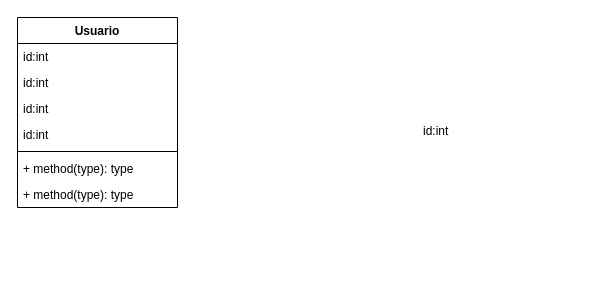
Before: src/components/pages/Diagrama sem nome.drawio in joaopedro-wq/VitalityPLus, a draw.io diagram. Source tidied: cells renumbered, new cells numbered last; positions are measured from the earlier drawing's top-left corner, leaving out a move shared by most shapes. Both pictures are drawn from the tidied source at 100%, with x=0, y=0 at pixel (17, 17).
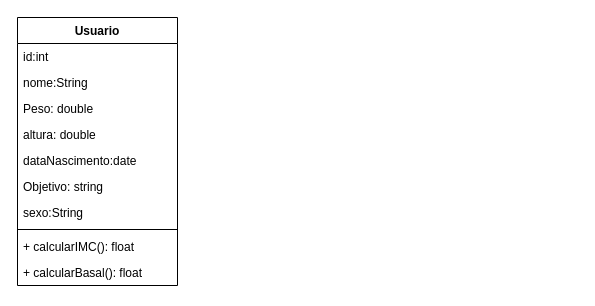
Above is the later version.

Diff of the diagram source:
```diff
@@
 <mxGraphModel>
   <root>
     <mxCell id="0" />
     <mxCell id="1" parent="0" />
     <mxCell id="2" value="Usuario" style="swimlane;fontStyle=1;align=center;verticalAlign=top;horizontal=1;startSize=26;whiteSpace=wrap;html=1;" parent="1" vertex="1">
-      <mxGeometry width="160" height="190" as="geometry" />
+      <mxGeometry width="160" height="268" as="geometry" />
     </mxCell>
     <mxCell id="3" value="id:int&lt;span style=&quot;white-space: pre;&quot;&gt;&#9;&lt;/span&gt;" style="text;strokeColor=none;fillColor=none;align=left;verticalAlign=top;spacingLeft=4;spacingRight=4;overflow=hidden;whiteSpace=wrap;html=1;" parent="2" vertex="1">
       <mxGeometry y="26" width="160" height="26" as="geometry" />
     </mxCell>
-    <mxCell id="4" value="id:int&lt;span style=&quot;white-space: pre;&quot;&gt;&#9;&lt;/span&gt;" style="text;strokeColor=none;fillColor=none;align=left;verticalAlign=top;spacingLeft=4;spacingRight=4;overflow=hidden;whiteSpace=wrap;html=1;" parent="2" vertex="1">
+    <mxCell id="4" value="nome:String" style="text;strokeColor=none;fillColor=none;align=left;verticalAlign=top;spacingLeft=4;spacingRight=4;overflow=hidden;whiteSpace=wrap;html=1;" parent="2" vertex="1">
       <mxGeometry y="52" width="160" height="26" as="geometry" />
     </mxCell>
-    <mxCell id="5" value="id:int&lt;span style=&quot;white-space: pre;&quot;&gt;&#9;&lt;/span&gt;" style="text;strokeColor=none;fillColor=none;align=left;verticalAlign=top;spacingLeft=4;spacingRight=4;overflow=hidden;whiteSpace=wrap;html=1;" parent="2" vertex="1">
+    <mxCell id="5" value="Peso: double" style="text;strokeColor=none;fillColor=none;align=left;verticalAlign=top;spacingLeft=4;spacingRight=4;overflow=hidden;whiteSpace=wrap;html=1;" parent="2" vertex="1">
       <mxGeometry y="78" width="160" height="26" as="geometry" />
     </mxCell>
-    <mxCell id="6" value="id:int&lt;span style=&quot;white-space: pre;&quot;&gt;&#9;&lt;/span&gt;" style="text;strokeColor=none;fillColor=none;align=left;verticalAlign=top;spacingLeft=4;spacingRight=4;overflow=hidden;whiteSpace=wrap;html=1;" parent="2" vertex="1">
+    <mxCell id="6" value="altura: double" style="text;strokeColor=none;fillColor=none;align=left;verticalAlign=top;spacingLeft=4;spacingRight=4;overflow=hidden;whiteSpace=wrap;html=1;" parent="2" vertex="1">
       <mxGeometry y="104" width="160" height="26" as="geometry" />
     </mxCell>
+    <mxCell id="11" value="dataNascimento:date" style="text;strokeColor=none;fillColor=none;align=left;verticalAlign=top;spacingLeft=4;spacingRight=4;overflow=hidden;whiteSpace=wrap;html=1;" parent="2" vertex="1">
+      <mxGeometry y="130" width="160" height="26" as="geometry" />
+    </mxCell>
+    <mxCell id="12" value="Objetivo: string" style="text;strokeColor=none;fillColor=none;align=left;verticalAlign=top;spacingLeft=4;spacingRight=4;overflow=hidden;whiteSpace=wrap;html=1;" parent="2" vertex="1">
+      <mxGeometry y="156" width="160" height="26" as="geometry" />
+    </mxCell>
+    <mxCell id="13" value="sexo:String" style="text;strokeColor=none;fillColor=none;align=left;verticalAlign=top;spacingLeft=4;spacingRight=4;overflow=hidden;whiteSpace=wrap;html=1;" parent="2" vertex="1">
+      <mxGeometry y="182" width="160" height="26" as="geometry" />
+    </mxCell>
     <mxCell id="7" style="line;strokeWidth=1;fillColor=none;align=left;verticalAlign=middle;spacingTop=-1;spacingLeft=3;spacingRight=3;labelPosition=right;strokeColor=inherit;" parent="2" vertex="1">
-      <mxGeometry y="130" width="160" height="8" as="geometry" />
+      <mxGeometry y="208" width="160" height="8" as="geometry" />
     </mxCell>
-    <mxCell id="8" value="+ method(type): type" style="text;strokeColor=none;fillColor=none;align=left;verticalAlign=top;spacingLeft=4;spacingRight=4;overflow=hidden;whiteSpace=wrap;html=1;" parent="2" vertex="1">
-      <mxGeometry y="138" width="160" height="26" as="geometry" />
+    <mxCell id="8" value="+ calcularIMC(): float" style="text;strokeColor=none;fillColor=none;align=left;verticalAlign=top;spacingLeft=4;spacingRight=4;overflow=hidden;whiteSpace=wrap;html=1;" parent="2" vertex="1">
+      <mxGeometry y="216" width="160" height="26" as="geometry" />
     </mxCell>
-    <mxCell id="9" value="+ method(type): type" style="text;strokeColor=none;fillColor=none;align=left;verticalAlign=top;spacingLeft=4;spacingRight=4;overflow=hidden;whiteSpace=wrap;html=1;" parent="2" vertex="1">
-      <mxGeometry y="164" width="160" height="26" as="geometry" />
+    <mxCell id="9" value="+ calcularBasal(): float" style="text;strokeColor=none;fillColor=none;align=left;verticalAlign=top;spacingLeft=4;spacingRight=4;overflow=hidden;whiteSpace=wrap;html=1;" parent="2" vertex="1">
+      <mxGeometry y="242" width="160" height="26" as="geometry" />
     </mxCell>
-    <mxCell id="10" value="id:int&lt;span style=&quot;white-space: pre;&quot;&gt;&#9;&lt;/span&gt;" style="text;strokeColor=none;fillColor=none;align=left;verticalAlign=top;spacingLeft=4;spacingRight=4;overflow=hidden;whiteSpace=wrap;html=1;" parent="1" vertex="1">
-      <mxGeometry x="400" y="100" width="160" height="26" as="geometry" />
-    </mxCell>
   </root>
 </mxGraphModel>
```
